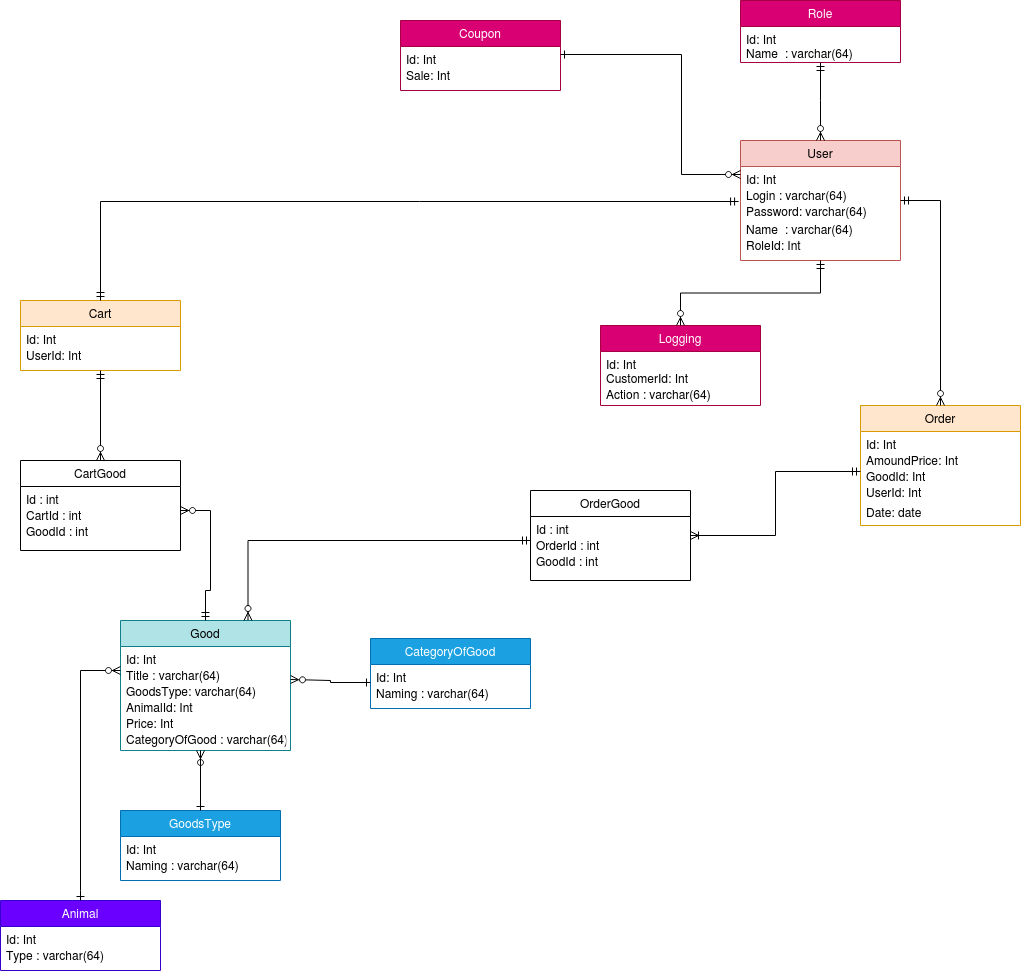
This is pet_shop_diagram.drawio.png from Chaisy/Pet_Store, a draw.io export, as it was before one commit. Source tidied: cells renumbered, new cells last; positions are measured from the earlier drawing's top-left corner, leaving out a move shared by most shapes.
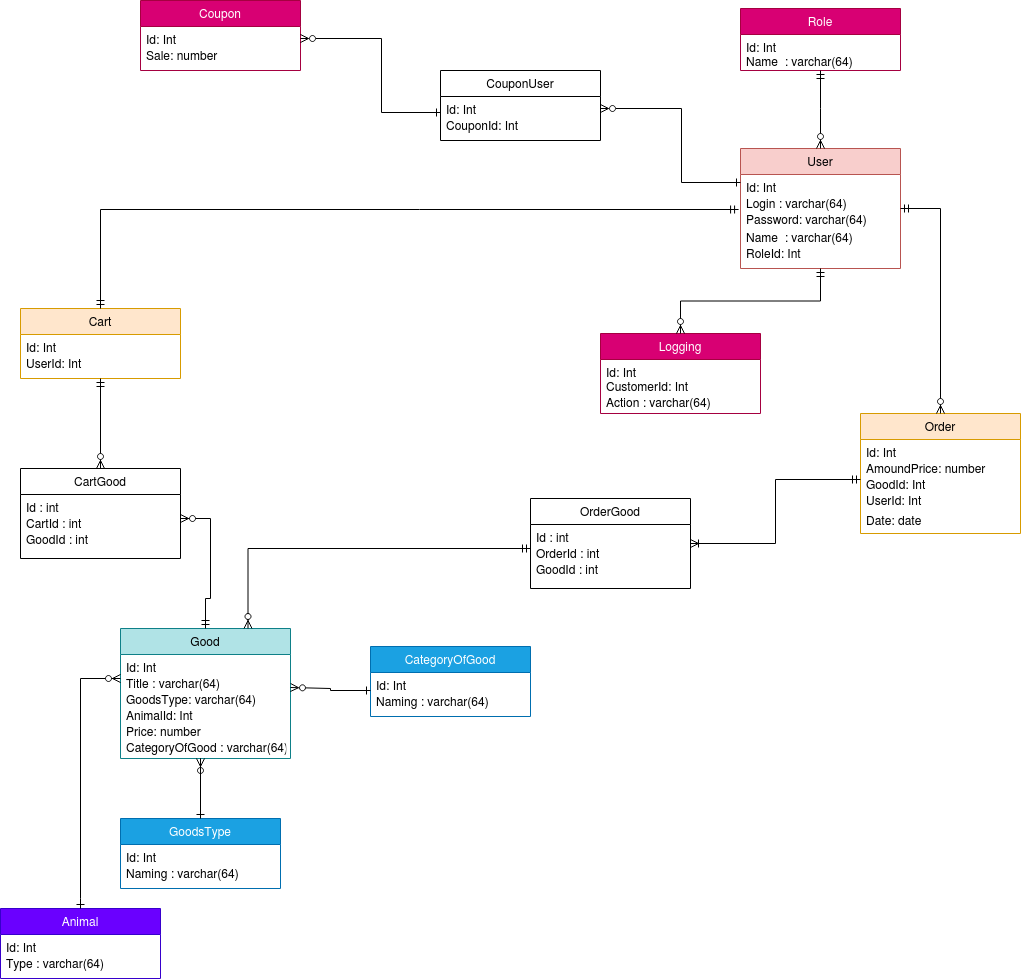
Later version of the same file.

The edit, as a diff of the source:
```diff
@@ -26,7 +26,7 @@
     <mxCell id="9" value="Id: Int" style="text;align=left;verticalAlign=top;spacingLeft=4;spacingRight=4;overflow=hidden;rounded=0;shadow=0;html=0;" parent="8" vertex="1">
       <mxGeometry y="26" width="160" height="16" as="geometry" />
     </mxCell>
-    <mxCell id="10" value="AmoundPrice: Int" style="text;align=left;verticalAlign=top;spacingLeft=4;spacingRight=4;overflow=hidden;rounded=0;shadow=0;html=0;" parent="8" vertex="1">
+    <mxCell id="10" value="AmoundPrice: number" style="text;align=left;verticalAlign=top;spacingLeft=4;spacingRight=4;overflow=hidden;rounded=0;shadow=0;html=0;" parent="8" vertex="1">
       <mxGeometry y="42" width="160" height="16" as="geometry" />
     </mxCell>
     <mxCell id="11" value="GoodId: Int" style="text;align=left;verticalAlign=top;spacingLeft=4;spacingRight=4;overflow=hidden;points=[[0,0.5],[1,0.5]];portConstraint=eastwest;rounded=0;shadow=0;html=0;" parent="8" vertex="1">
@@ -53,7 +53,7 @@
     <mxCell id="18" value="AnimalId: Int" style="text;align=left;verticalAlign=top;spacingLeft=4;spacingRight=4;overflow=hidden;rounded=0;shadow=0;html=0;" parent="14" vertex="1">
       <mxGeometry y="74" width="170" height="16" as="geometry" />
     </mxCell>
-    <mxCell id="19" value="Price: Int" style="text;align=left;verticalAlign=top;spacingLeft=4;spacingRight=4;overflow=hidden;rounded=0;shadow=0;html=0;" parent="14" vertex="1">
+    <mxCell id="19" value="Price: number" style="text;align=left;verticalAlign=top;spacingLeft=4;spacingRight=4;overflow=hidden;rounded=0;shadow=0;html=0;" parent="14" vertex="1">
       <mxGeometry y="90" width="170" height="16" as="geometry" />
     </mxCell>
     <mxCell id="20" value="CategoryOfGood : varchar(64)" style="text;align=left;verticalAlign=top;spacingLeft=4;spacingRight=4;overflow=hidden;rounded=0;shadow=0;html=0;" parent="14" vertex="1">
@@ -160,16 +160,17 @@
       <mxGeometry relative="1" as="geometry" />
     </mxCell>
     <mxCell id="48" value="Coupon" style="swimlane;fontStyle=0;align=center;verticalAlign=top;horizontal=1;startSize=26;rounded=0;shadow=0;strokeWidth=1;fillColor=#d80073;strokeColor=#A50040;fontColor=#ffffff;" parent="1" vertex="1">
-      <mxGeometry x="400" y="20" width="160" height="70" as="geometry" />
+      <mxGeometry x="140" y="-8" width="160" height="70" as="geometry" />
     </mxCell>
     <mxCell id="49" value="Id: Int" style="text;align=left;verticalAlign=top;spacingLeft=4;spacingRight=4;overflow=hidden;points=[[0,0.5],[1,0.5]];portConstraint=eastwest;rounded=0;shadow=0;html=0;" parent="48" vertex="1">
       <mxGeometry y="26" width="160" height="16" as="geometry" />
     </mxCell>
-    <mxCell id="50" value="Sale: Int" style="text;align=left;verticalAlign=top;spacingLeft=4;spacingRight=4;overflow=hidden;rounded=0;shadow=0;html=0;" parent="48" vertex="1">
+    <mxCell id="50" value="Sale: number" style="text;align=left;verticalAlign=top;spacingLeft=4;spacingRight=4;overflow=hidden;rounded=0;shadow=0;html=0;" parent="48" vertex="1">
       <mxGeometry y="42" width="160" height="16" as="geometry" />
     </mxCell>
-    <mxCell id="51" style="edgeStyle=elbowEdgeStyle;fontSize=12;html=1;endArrow=ERone;endFill=0;startArrow=ERzeroToMany;rounded=0;entryX=1;entryY=0.5;entryDx=0;entryDy=0;exitX=0;exitY=0.5;exitDx=0;exitDy=0;" parent="1" edge="1" source="3" target="49">
+    <mxCell id="51" style="edgeStyle=elbowEdgeStyle;fontSize=12;html=1;endArrow=ERzeroToMany;endFill=0;startArrow=ERone;rounded=0;exitX=0;exitY=0.5;exitDx=0;exitDy=0;startFill=0;" parent="1" edge="1" source="3">
       <mxGeometry relative="1" as="geometry">
+        <mxPoint x="600" y="100" as="targetPoint" />
         <Array as="points">
           <mxPoint x="681" y="80" />
         </Array>
@@ -217,5 +218,23 @@
     <mxCell id="63" style="edgeStyle=orthogonalEdgeStyle;fontSize=12;html=1;endArrow=ERoneToMany;startArrow=ERmandOne;rounded=0;entryX=1;entryY=0.5;entryDx=0;entryDy=0;exitX=0;exitY=0.5;exitDx=0;exitDy=0;" parent="1" edge="1" source="11" target="58">
       <mxGeometry relative="1" as="geometry" />
     </mxCell>
+    <mxCell id="64" value="CouponUser" style="swimlane;fontStyle=0;align=center;verticalAlign=top;horizontal=1;startSize=26;rounded=0;shadow=0;strokeWidth=1;" parent="1" vertex="1">
+      <mxGeometry x="440" y="62" width="160" height="70" as="geometry" />
+    </mxCell>
+    <mxCell id="65" value="Id: Int" style="text;align=left;verticalAlign=top;spacingLeft=4;spacingRight=4;overflow=hidden;rounded=0;shadow=0;html=0;" parent="64" vertex="1">
+      <mxGeometry y="26" width="160" height="16" as="geometry" />
+    </mxCell>
+    <mxCell id="66" value="CouponId: Int" style="text;align=left;verticalAlign=top;spacingLeft=4;spacingRight=4;overflow=hidden;rounded=0;shadow=0;html=0;" parent="64" vertex="1">
+      <mxGeometry y="42" width="160" height="16" as="geometry" />
+    </mxCell>
+    <mxCell id="67" style="edgeStyle=elbowEdgeStyle;fontSize=12;html=1;endArrow=ERzeroToMany;endFill=0;startArrow=ERone;rounded=0;exitX=0;exitY=0.5;exitDx=0;exitDy=0;startFill=0;" parent="1" edge="1">
+      <mxGeometry relative="1" as="geometry">
+        <mxPoint x="440" y="104" as="sourcePoint" />
+        <mxPoint x="300" y="30" as="targetPoint" />
+        <Array as="points">
+          <mxPoint x="381" y="10" />
+        </Array>
+      </mxGeometry>
+    </mxCell>
   </root>
 </mxGraphModel>
```
